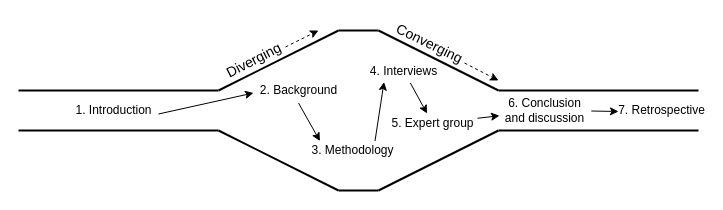
JRBliekendaal/master-thesis keeps this draw.io diagram as images/sources/structure.drawio. Above is the earlier version. Source tidied: cells renumbered, new cells numbered last; positions are measured from the earlier drawing's top-left corner, leaving out a move shared by most shapes. Both pictures are drawn from the tidied source at 100%, with x=0, y=0 at pixel (18, 30).
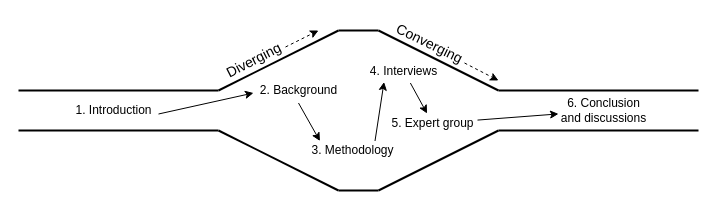
The same diagram, later.

The edit, as a diff of the source:
```diff
@@
-    <mxCell id="19" value="6. Conclusion&lt;br style=&quot;font-size: 12px&quot;&gt;and discussion" style="text;html=1;align=center;verticalAlign=middle;points=[];strokeColor=none;fillColor=none;fontFamily=CMU Sans Serif Medium;fontSize=12;" parent="1" vertex="1">
-      <mxGeometry x="481" y="65" width="90" height="30" as="geometry" />
+    <mxCell id="19" value="6. Conclusion&lt;br&gt;and discussions" style="text;html=1;align=center;verticalAlign=middle;points=[];strokeColor=none;fillColor=none;fontFamily=CMU Sans Serif Medium;fontSize=12;" parent="1" vertex="1">
+      <mxGeometry x="540" y="65" width="90" height="30" as="geometry" />
     </mxCell>
@@
-    <mxCell id="25" value="7. Retrospective" style="text;html=1;align=center;verticalAlign=middle;strokeColor=none;fillColor=none;fontFamily=CMU Sans Serif Medium;" parent="1" vertex="1">
-      <mxGeometry x="598" y="70" width="90" height="20" as="geometry" />
-    </mxCell>
-    <mxCell id="26" style="endArrow=classic;html=1;rounded=0;exitX=1.02;exitY=0.517;exitDx=0;exitDy=0;exitPerimeter=0;" parent="1" edge="1" source="19">
-      <mxGeometry relative="1" as="geometry">
-        <mxPoint x="600" y="81" as="targetPoint" />
-      </mxGeometry>
-    </mxCell>
```
